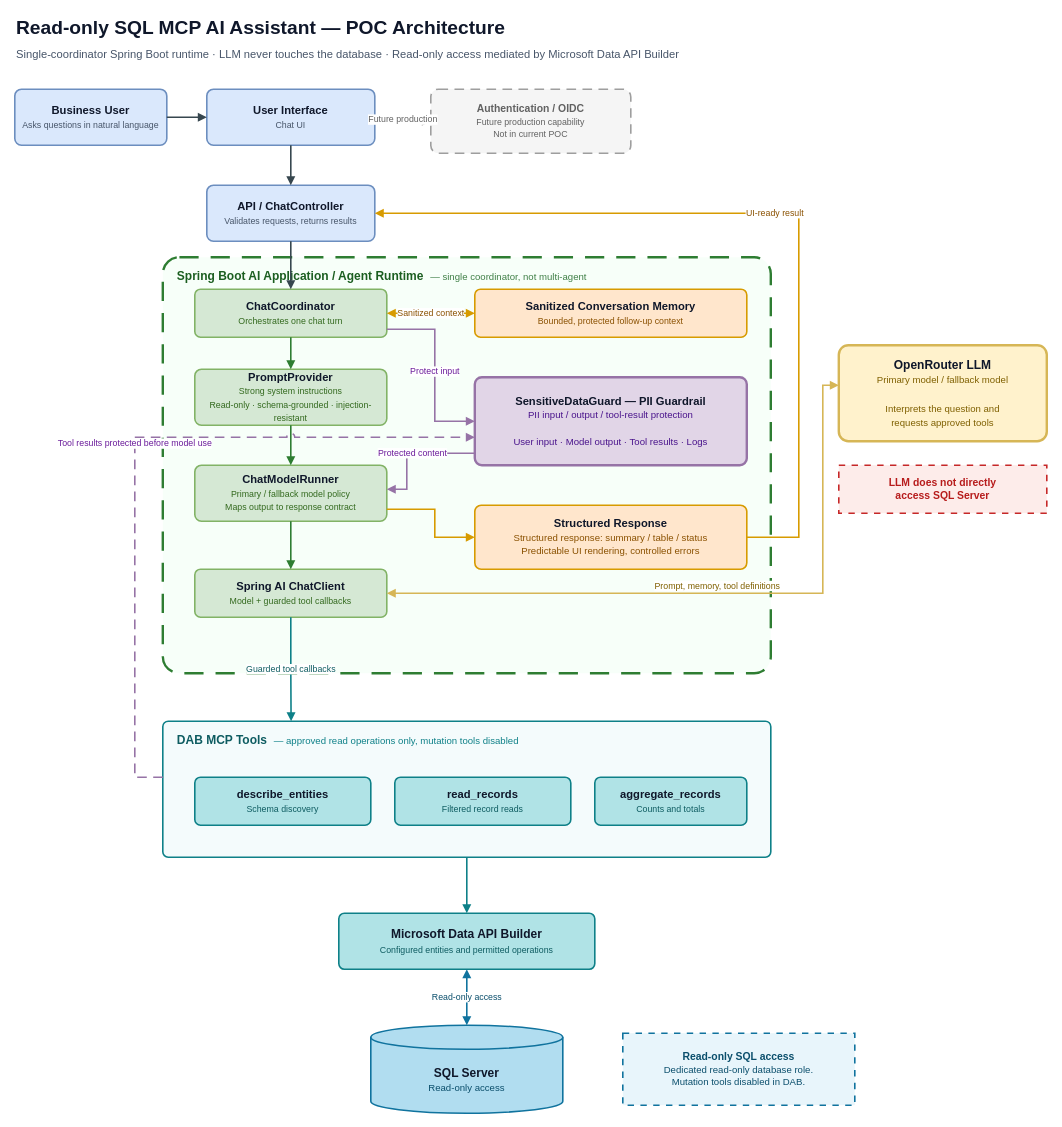
The draw.io diagram docs/sql-mcp-poc-architecture.drawio in prakashmutyala07/sql-mcp, before the edit. Source tidied: cells renumbered, new cells numbered last; positions are measured from the earlier drawing's top-left corner, leaving out a move shared by most shapes. Both pictures are drawn from the tidied source at 80%, with x=0, y=0 at pixel (14, 14).
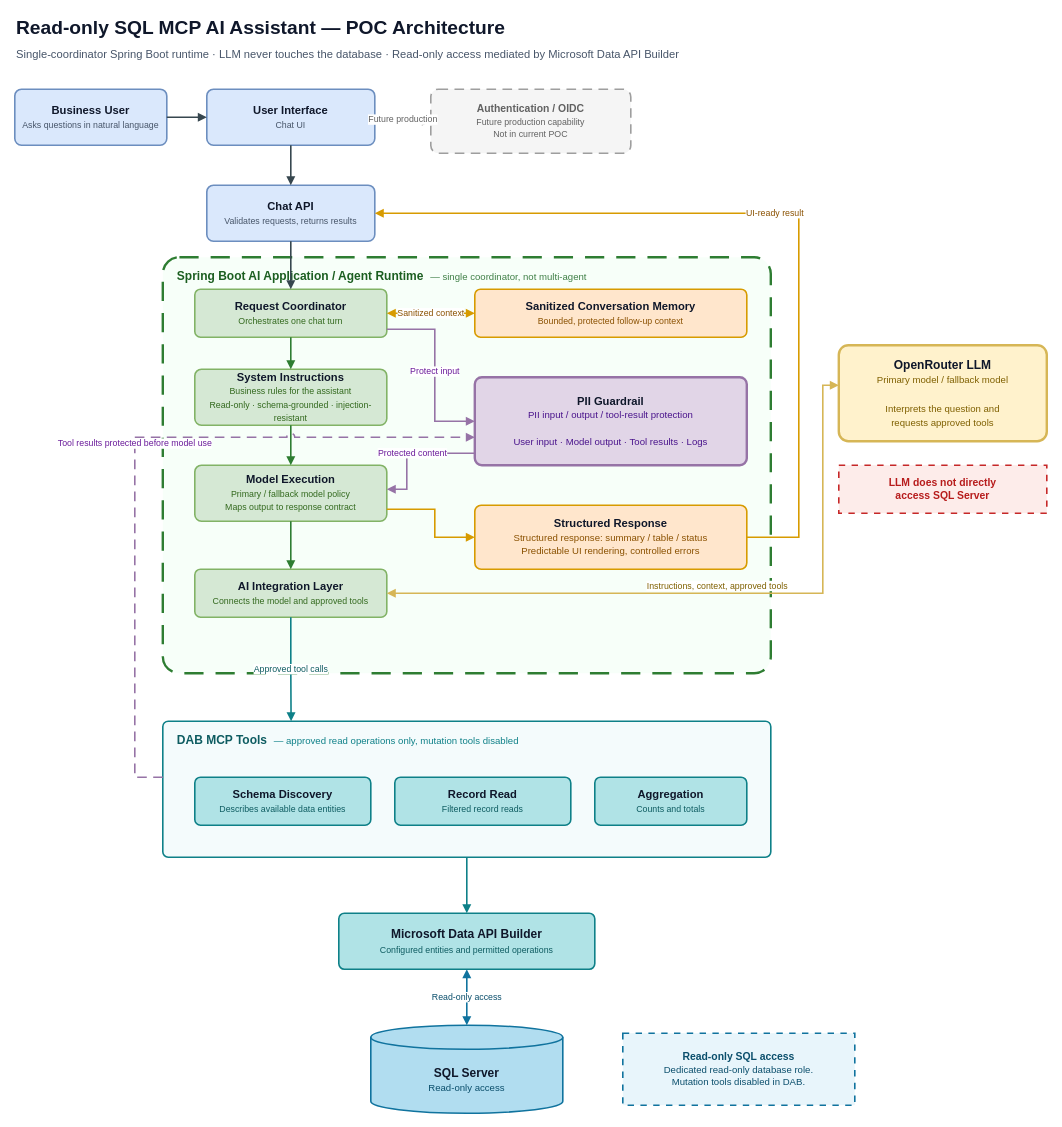
Above is the later version.

Commit message (it also covers changes not shown here):
Use business-facing labels in the POC architecture diagram

Unchanged cells that the change refers to:
```xml
<mxCell id="16" value="&lt;b&gt;OpenRouter LLM&lt;/b&gt;&lt;br&gt;&lt;font style=&quot;font-size: 12px;&quot; color=&quot;#7f6000&quot;&gt;Primary model / fallback model&lt;br&gt;&lt;br&gt;Interprets the question and&lt;br&gt;requests approved tools&lt;/font&gt;" style="rounded=1;whiteSpace=wrap;html=1;fillColor=#fff2cc;strokeColor=#d6b656;fontSize=15;fontColor=#0f172a;arcSize=10;strokeWidth=3;" parent="1" vertex="1">
  <mxGeometry x="1030" y="414" width="260" height="120" as="geometry" />
</mxCell>
<mxCell id="18" value="&lt;b&gt;DAB MCP Tools&lt;/b&gt;&amp;nbsp;&amp;nbsp;&lt;font style=&quot;font-size: 12px;&quot; color=&quot;#0e8088&quot;&gt;— approved read operations only, mutation tools disabled&lt;/font&gt;" style="rounded=1;whiteSpace=wrap;html=1;fillColor=#f4fbfc;strokeColor=#0e8088;strokeWidth=2;verticalAlign=top;align=left;spacingLeft=16;spacingTop=8;fontSize=15;fontColor=#0e5c61;arcSize=4;" parent="1" vertex="1">
  <mxGeometry x="185" y="884" width="760" height="170" as="geometry" />
</mxCell>
```

The edit, as a diff of the source:
```diff
@@
-    <mxCell id="7" value="&lt;b&gt;API / ChatController&lt;/b&gt;&lt;br&gt;&lt;font style=&quot;font-size: 11px;&quot; color=&quot;#475569&quot;&gt;Validates requests, returns results&lt;/font&gt;" style="rounded=1;whiteSpace=wrap;html=1;fillColor=#dae8fc;strokeColor=#6c8ebf;fontSize=14;fontColor=#0f172a;arcSize=12;strokeWidth=2;" parent="1" vertex="1">
+    <mxCell id="7" value="&lt;b&gt;Chat API&lt;/b&gt;&lt;br&gt;&lt;font style=&quot;font-size: 11px;&quot; color=&quot;#475569&quot;&gt;Validates requests, returns results&lt;/font&gt;" style="rounded=1;whiteSpace=wrap;html=1;fillColor=#dae8fc;strokeColor=#6c8ebf;fontSize=14;fontColor=#0f172a;arcSize=12;strokeWidth=2;" parent="1" vertex="1">
       <mxGeometry x="240" y="214" width="210" height="70" as="geometry" />
     </mxCell>
@@
-    <mxCell id="9" value="&lt;b&gt;ChatCoordinator&lt;/b&gt;&lt;br&gt;&lt;font style=&quot;font-size: 11px;&quot; color=&quot;#33691e&quot;&gt;Orchestrates one chat turn&lt;/font&gt;" style="rounded=1;whiteSpace=wrap;html=1;fillColor=#d5e8d4;strokeColor=#82b366;fontSize=14;fontColor=#0f172a;arcSize=12;strokeWidth=2;" parent="1" vertex="1">
+    <mxCell id="9" value="&lt;b&gt;Request Coordinator&lt;/b&gt;&lt;br&gt;&lt;font style=&quot;font-size: 11px;&quot; color=&quot;#33691e&quot;&gt;Orchestrates one chat turn&lt;/font&gt;" style="rounded=1;whiteSpace=wrap;html=1;fillColor=#d5e8d4;strokeColor=#82b366;fontSize=14;fontColor=#0f172a;arcSize=12;strokeWidth=2;" parent="1" vertex="1">
       <mxGeometry x="225" y="344" width="240" height="60" as="geometry" />
     </mxCell>
-    <mxCell id="10" value="&lt;b&gt;PromptProvider&lt;/b&gt;&lt;br&gt;&lt;font style=&quot;font-size: 11px;&quot; color=&quot;#33691e&quot;&gt;Strong system instructions&lt;br&gt;Read-only · schema-grounded · injection-resistant&lt;/font&gt;" style="rounded=1;whiteSpace=wrap;html=1;fillColor=#d5e8d4;strokeColor=#82b366;fontSize=14;fontColor=#0f172a;arcSize=12;strokeWidth=2;" parent="1" vertex="1">
+    <mxCell id="10" value="&lt;b&gt;System Instructions&lt;/b&gt;&lt;br&gt;&lt;font style=&quot;font-size: 11px;&quot; color=&quot;#33691e&quot;&gt;Business rules for the assistant&lt;br&gt;Read-only · schema-grounded · injection-resistant&lt;/font&gt;" style="rounded=1;whiteSpace=wrap;html=1;fillColor=#d5e8d4;strokeColor=#82b366;fontSize=14;fontColor=#0f172a;arcSize=12;strokeWidth=2;" parent="1" vertex="1">
       <mxGeometry x="225" y="444" width="240" height="70" as="geometry" />
     </mxCell>
-    <mxCell id="11" value="&lt;b&gt;ChatModelRunner&lt;/b&gt;&lt;br&gt;&lt;font style=&quot;font-size: 11px;&quot; color=&quot;#33691e&quot;&gt;Primary / fallback model policy&lt;br&gt;Maps output to response contract&lt;/font&gt;" style="rounded=1;whiteSpace=wrap;html=1;fillColor=#d5e8d4;strokeColor=#82b366;fontSize=14;fontColor=#0f172a;arcSize=12;strokeWidth=2;" parent="1" vertex="1">
+    <mxCell id="11" value="&lt;b&gt;Model Execution&lt;/b&gt;&lt;br&gt;&lt;font style=&quot;font-size: 11px;&quot; color=&quot;#33691e&quot;&gt;Primary / fallback model policy&lt;br&gt;Maps output to response contract&lt;/font&gt;" style="rounded=1;whiteSpace=wrap;html=1;fillColor=#d5e8d4;strokeColor=#82b366;fontSize=14;fontColor=#0f172a;arcSize=12;strokeWidth=2;" parent="1" vertex="1">
       <mxGeometry x="225" y="564" width="240" height="70" as="geometry" />
     </mxCell>
-    <mxCell id="12" value="&lt;b&gt;Spring AI ChatClient&lt;/b&gt;&lt;br&gt;&lt;font style=&quot;font-size: 11px;&quot; color=&quot;#33691e&quot;&gt;Model + guarded tool callbacks&lt;/font&gt;" style="rounded=1;whiteSpace=wrap;html=1;fillColor=#d5e8d4;strokeColor=#82b366;fontSize=14;fontColor=#0f172a;arcSize=12;strokeWidth=2;" parent="1" vertex="1">
+    <mxCell id="12" value="&lt;b&gt;AI Integration Layer&lt;/b&gt;&lt;br&gt;&lt;font style=&quot;font-size: 11px;&quot; color=&quot;#33691e&quot;&gt;Connects the model and approved tools&lt;/font&gt;" style="rounded=1;whiteSpace=wrap;html=1;fillColor=#d5e8d4;strokeColor=#82b366;fontSize=14;fontColor=#0f172a;arcSize=12;strokeWidth=2;" parent="1" vertex="1">
       <mxGeometry x="225" y="694" width="240" height="60" as="geometry" />
     </mxCell>
@@
-    <mxCell id="14" value="&lt;b&gt;SensitiveDataGuard — PII Guardrail&lt;/b&gt;&lt;br&gt;&lt;font style=&quot;font-size: 12px;&quot; color=&quot;#4a148c&quot;&gt;PII input / output / tool-result protection&lt;br&gt;&lt;br&gt;User input  ·  Model output  ·  Tool results  ·  Logs&lt;/font&gt;" style="rounded=1;whiteSpace=wrap;html=1;fillColor=#e1d5e7;strokeColor=#9673a6;fontSize=14;fontColor=#0f172a;arcSize=8;strokeWidth=3;" parent="1" vertex="1">
+    <mxCell id="14" value="&lt;b&gt;PII Guardrail&lt;/b&gt;&lt;br&gt;&lt;font style=&quot;font-size: 12px;&quot; color=&quot;#4a148c&quot;&gt;PII input / output / tool-result protection&lt;br&gt;&lt;br&gt;User input  ·  Model output  ·  Tool results  ·  Logs&lt;/font&gt;" style="rounded=1;whiteSpace=wrap;html=1;fillColor=#e1d5e7;strokeColor=#9673a6;fontSize=14;fontColor=#0f172a;arcSize=8;strokeWidth=3;" parent="1" vertex="1">
       <mxGeometry x="575" y="454" width="340" height="110" as="geometry" />
     </mxCell>
@@
-    <mxCell id="19" value="&lt;b&gt;describe_entities&lt;/b&gt;&lt;br&gt;&lt;font style=&quot;font-size: 11px;&quot; color=&quot;#0e5c61&quot;&gt;Schema discovery&lt;/font&gt;" style="rounded=1;whiteSpace=wrap;html=1;fillColor=#b0e3e6;strokeColor=#0e8088;fontSize=14;fontColor=#0f172a;arcSize=12;strokeWidth=2;" parent="1" vertex="1">
+    <mxCell id="19" value="&lt;b&gt;Schema Discovery&lt;/b&gt;&lt;br&gt;&lt;font style=&quot;font-size: 11px;&quot; color=&quot;#0e5c61&quot;&gt;Describes available data entities&lt;/font&gt;" style="rounded=1;whiteSpace=wrap;html=1;fillColor=#b0e3e6;strokeColor=#0e8088;fontSize=14;fontColor=#0f172a;arcSize=12;strokeWidth=2;" parent="1" vertex="1">
       <mxGeometry x="225" y="954" width="220" height="60" as="geometry" />
     </mxCell>
-    <mxCell id="20" value="&lt;b&gt;read_records&lt;/b&gt;&lt;br&gt;&lt;font style=&quot;font-size: 11px;&quot; color=&quot;#0e5c61&quot;&gt;Filtered record reads&lt;/font&gt;" style="rounded=1;whiteSpace=wrap;html=1;fillColor=#b0e3e6;strokeColor=#0e8088;fontSize=14;fontColor=#0f172a;arcSize=12;strokeWidth=2;" parent="1" vertex="1">
+    <mxCell id="20" value="&lt;b&gt;Record Read&lt;/b&gt;&lt;br&gt;&lt;font style=&quot;font-size: 11px;&quot; color=&quot;#0e5c61&quot;&gt;Filtered record reads&lt;/font&gt;" style="rounded=1;whiteSpace=wrap;html=1;fillColor=#b0e3e6;strokeColor=#0e8088;fontSize=14;fontColor=#0f172a;arcSize=12;strokeWidth=2;" parent="1" vertex="1">
       <mxGeometry x="475" y="954" width="220" height="60" as="geometry" />
     </mxCell>
-    <mxCell id="21" value="&lt;b&gt;aggregate_records&lt;/b&gt;&lt;br&gt;&lt;font style=&quot;font-size: 11px;&quot; color=&quot;#0e5c61&quot;&gt;Counts and totals&lt;/font&gt;" style="rounded=1;whiteSpace=wrap;html=1;fillColor=#b0e3e6;strokeColor=#0e8088;fontSize=14;fontColor=#0f172a;arcSize=12;strokeWidth=2;" parent="1" vertex="1">
+    <mxCell id="21" value="&lt;b&gt;Aggregation&lt;/b&gt;&lt;br&gt;&lt;font style=&quot;font-size: 11px;&quot; color=&quot;#0e5c61&quot;&gt;Counts and totals&lt;/font&gt;" style="rounded=1;whiteSpace=wrap;html=1;fillColor=#b0e3e6;strokeColor=#0e8088;fontSize=14;fontColor=#0f172a;arcSize=12;strokeWidth=2;" parent="1" vertex="1">
       <mxGeometry x="725" y="954" width="190" height="60" as="geometry" />
     </mxCell>
@@
-    <mxCell id="37" value="Prompt, memory, tool definitions" style="edgeStyle=orthogonalEdgeStyle;rounded=0;html=1;strokeWidth=2;strokeColor=#d6b656;exitX=1;exitY=0.5;exitDx=0;exitDy=0;entryX=0;entryY=0.417;entryDx=0;entryDy=0;endArrow=block;endFill=1;startArrow=block;startFill=1;fontSize=11;fontColor=#7f6000;labelBackgroundColor=#ffffff;verticalAlign=bottom;" parent="1" edge="1" source="12" target="16">
+    <mxCell id="37" value="Instructions, context, approved tools" style="edgeStyle=orthogonalEdgeStyle;rounded=0;html=1;strokeWidth=2;strokeColor=#d6b656;exitX=1;exitY=0.5;exitDx=0;exitDy=0;entryX=0;entryY=0.417;entryDx=0;entryDy=0;endArrow=block;endFill=1;startArrow=block;startFill=1;fontSize=11;fontColor=#7f6000;labelBackgroundColor=#ffffff;verticalAlign=bottom;" parent="1" edge="1" source="12" target="16">
       <mxGeometry relative="1" as="geometry">
         <Array as="points">
           <mxPoint x="1010" y="724" />
           <mxPoint x="1010" y="464" />
         </Array>
       </mxGeometry>
     </mxCell>
-    <mxCell id="38" value="Guarded tool callbacks" style="edgeStyle=orthogonalEdgeStyle;rounded=0;html=1;strokeWidth=2;strokeColor=#0e8088;exitX=0.5;exitY=1;exitDx=0;exitDy=0;entryX=0.211;entryY=0;entryDx=0;entryDy=0;endArrow=block;endFill=1;fontSize=11;fontColor=#0e5c61;labelBackgroundColor=#ffffff;" parent="1" edge="1" source="12" target="18">
+    <mxCell id="38" value="Approved tool calls" style="edgeStyle=orthogonalEdgeStyle;rounded=0;html=1;strokeWidth=2;strokeColor=#0e8088;exitX=0.5;exitY=1;exitDx=0;exitDy=0;entryX=0.211;entryY=0;entryDx=0;entryDy=0;endArrow=block;endFill=1;fontSize=11;fontColor=#0e5c61;labelBackgroundColor=#ffffff;" parent="1" edge="1" source="12" target="18">
       <mxGeometry relative="1" as="geometry" />
     </mxCell>
```
